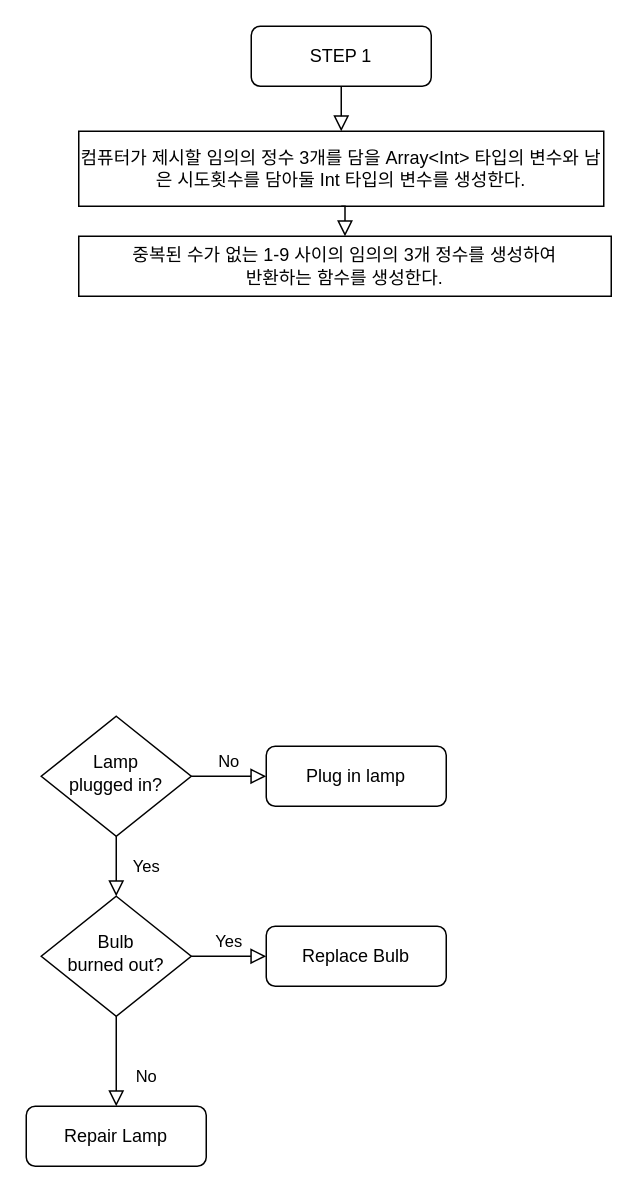
yagom-academy/ios-number-baseball keeps this draw.io diagram as flowchart.drawio. Above is the earlier version. Source tidied: cells renumbered, new cells numbered last; positions are measured from the earlier drawing's top-left corner, leaving out a move shared by most shapes. Both pictures are drawn from the tidied source at 150%, with x=0, y=0 at pixel (26, 26).
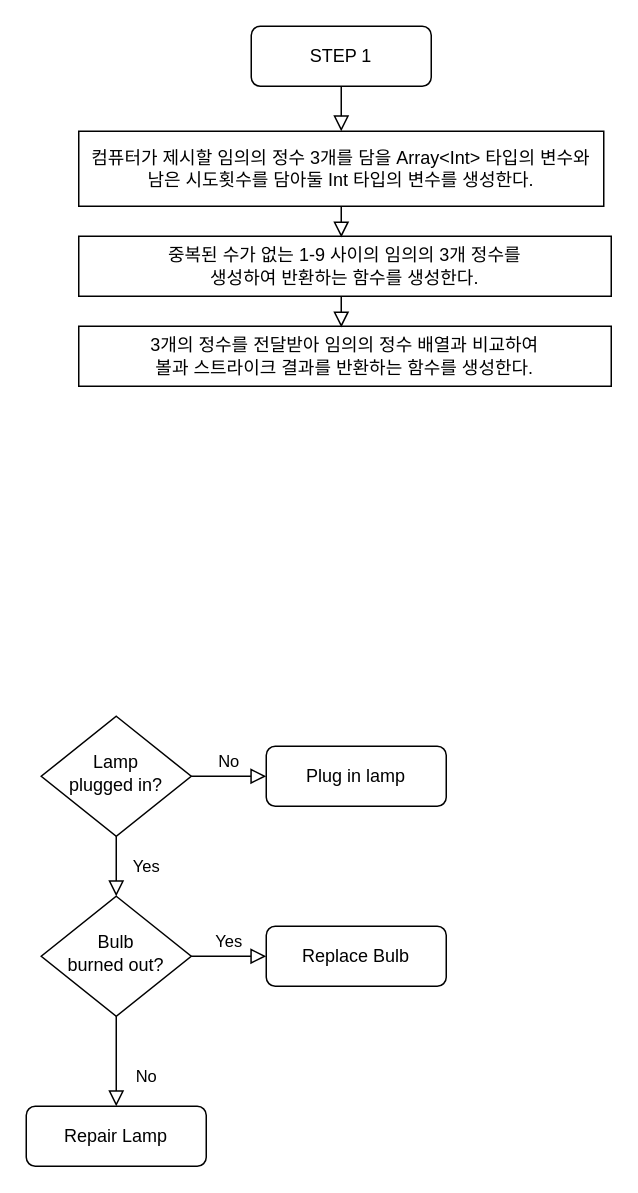
The same page after the edit.

Commit message:
docs: 순서도 1-3 추가

What changed in the source:
```diff
@@
 <mxGraphModel>
   <root>
     <mxCell id="0" />
     <mxCell id="1" parent="0" />
     <mxCell id="2" style="rounded=0;html=1;jettySize=auto;fontSize=11;endArrow=block;endFill=0;endSize=8;strokeWidth=1;shadow=0;labelBackgroundColor=none;edgeStyle=orthogonalEdgeStyle;entryX=0.5;entryY=0;entryDx=0;entryDy=0;" parent="1" edge="1" source="3" target="13">
       <mxGeometry relative="1" as="geometry" />
     </mxCell>
     <mxCell id="3" value="STEP 1" style="rounded=1;whiteSpace=wrap;html=1;fontSize=12;glass=0;strokeWidth=1;shadow=0;" parent="1" vertex="1">
       <mxGeometry x="150" width="120" height="40" as="geometry" />
     </mxCell>
     <mxCell id="4" value="Yes" style="rounded=0;html=1;jettySize=auto;fontSize=11;endArrow=block;endFill=0;endSize=8;strokeWidth=1;shadow=0;labelBackgroundColor=none;edgeStyle=orthogonalEdgeStyle;" parent="1" edge="1" source="6" target="10">
       <mxGeometry y="20" relative="1" as="geometry" />
     </mxCell>
     <mxCell id="5" value="No" style="edgeStyle=orthogonalEdgeStyle;rounded=0;html=1;jettySize=auto;fontSize=11;endArrow=block;endFill=0;endSize=8;strokeWidth=1;shadow=0;labelBackgroundColor=none;" parent="1" edge="1" source="6" target="7">
       <mxGeometry y="10" relative="1" as="geometry" />
     </mxCell>
     <mxCell id="6" value="Lamp&lt;br&gt;plugged in?" style="rhombus;whiteSpace=wrap;html=1;shadow=0;fontFamily=Helvetica;fontSize=12;align=center;strokeWidth=1;spacing=6;spacingTop=-4;" parent="1" vertex="1">
       <mxGeometry x="10" y="460" width="100" height="80" as="geometry" />
     </mxCell>
     <mxCell id="7" value="Plug in lamp" style="rounded=1;whiteSpace=wrap;html=1;fontSize=12;glass=0;strokeWidth=1;shadow=0;" parent="1" vertex="1">
       <mxGeometry x="160" y="480" width="120" height="40" as="geometry" />
     </mxCell>
     <mxCell id="8" value="No" style="rounded=0;html=1;jettySize=auto;fontSize=11;endArrow=block;endFill=0;endSize=8;strokeWidth=1;shadow=0;labelBackgroundColor=none;edgeStyle=orthogonalEdgeStyle;" parent="1" edge="1" source="10" target="11">
       <mxGeometry x="0.33" y="20" relative="1" as="geometry" />
     </mxCell>
     <mxCell id="9" value="Yes" style="edgeStyle=orthogonalEdgeStyle;rounded=0;html=1;jettySize=auto;fontSize=11;endArrow=block;endFill=0;endSize=8;strokeWidth=1;shadow=0;labelBackgroundColor=none;" parent="1" edge="1" source="10" target="12">
       <mxGeometry y="10" relative="1" as="geometry" />
     </mxCell>
     <mxCell id="10" value="Bulb&lt;br&gt;burned out?" style="rhombus;whiteSpace=wrap;html=1;shadow=0;fontFamily=Helvetica;fontSize=12;align=center;strokeWidth=1;spacing=6;spacingTop=-4;" parent="1" vertex="1">
       <mxGeometry x="10" y="580" width="100" height="80" as="geometry" />
     </mxCell>
     <mxCell id="11" value="Repair Lamp" style="rounded=1;whiteSpace=wrap;html=1;fontSize=12;glass=0;strokeWidth=1;shadow=0;" parent="1" vertex="1">
       <mxGeometry y="720" width="120" height="40" as="geometry" />
     </mxCell>
     <mxCell id="12" value="Replace Bulb" style="rounded=1;whiteSpace=wrap;html=1;fontSize=12;glass=0;strokeWidth=1;shadow=0;" parent="1" vertex="1">
       <mxGeometry x="160" y="600" width="120" height="40" as="geometry" />
     </mxCell>
-    <mxCell id="13" value="컴퓨터가 제시할 임의의 정수 3개를 담을 Array&amp;lt;Int&amp;gt; 타입의 변수와 남은 시도횟수를 담아둘 Int 타입의 변수를 생성한다." style="rounded=0;whiteSpace=wrap;html=1;" parent="1" vertex="1">
+    <mxCell id="13" value="컴퓨터가 제시할 임의의 정수 3개를 담을 Array&amp;lt;Int&amp;gt; 타입의 변수와&lt;br&gt;남은 시도횟수를 담아둘 Int 타입의 변수를 생성한다." style="rounded=0;whiteSpace=wrap;html=1;" parent="1" vertex="1">
       <mxGeometry x="35" y="70" width="350" height="50" as="geometry" />
     </mxCell>
-    <mxCell id="14" value="중복된 수가 없는 1-9 사이의 임의의 3개 정수를 생성하여&lt;br&gt;반환하는 함수를 생성한다." style="rounded=0;whiteSpace=wrap;html=1;" parent="1" vertex="1">
+    <mxCell id="14" value="중복된 수가 없는 1-9 사이의 임의의 3개 정수를&lt;br&gt;생성하여&amp;nbsp;반환하는 함수를 생성한다." style="rounded=0;whiteSpace=wrap;html=1;" parent="1" vertex="1">
       <mxGeometry x="35" y="140" width="355" height="40" as="geometry" />
     </mxCell>
-    <mxCell id="15" style="rounded=0;html=1;jettySize=auto;fontSize=11;endArrow=block;endFill=0;endSize=8;strokeWidth=1;shadow=0;labelBackgroundColor=none;edgeStyle=orthogonalEdgeStyle;entryX=0.5;entryY=0;entryDx=0;entryDy=0;exitX=0.5;exitY=1;exitDx=0;exitDy=0;" parent="1" edge="1" source="13" target="14">
+    <mxCell id="15" style="rounded=0;html=1;jettySize=auto;fontSize=11;endArrow=block;endFill=0;endSize=8;strokeWidth=1;shadow=0;labelBackgroundColor=none;edgeStyle=orthogonalEdgeStyle;entryX=0.493;entryY=0.019;entryDx=0;entryDy=0;exitX=0.5;exitY=1;exitDx=0;exitDy=0;entryPerimeter=0;" parent="1" edge="1" source="13" target="14">
       <mxGeometry relative="1" as="geometry" />
     </mxCell>
+    <mxCell id="16" value="3개의 정수를 전달받아 임의의 정수 배열과 비교하여&lt;br&gt;볼과 스트라이크 결과를 반환하는 함수를 생성한다." style="rounded=0;whiteSpace=wrap;html=1;" parent="1" vertex="1">
+      <mxGeometry x="35" y="200" width="355" height="40" as="geometry" />
+    </mxCell>
+    <mxCell id="17" style="rounded=0;html=1;jettySize=auto;fontSize=11;endArrow=block;endFill=0;endSize=8;strokeWidth=1;shadow=0;labelBackgroundColor=none;edgeStyle=orthogonalEdgeStyle;entryX=0.493;entryY=0.019;entryDx=0;entryDy=0;exitX=0.5;exitY=1;exitDx=0;exitDy=0;entryPerimeter=0;" parent="1" edge="1" target="16">
+      <mxGeometry relative="1" as="geometry">
+        <mxPoint x="210" y="180" as="sourcePoint" />
+      </mxGeometry>
+    </mxCell>
   </root>
 </mxGraphModel>
```
